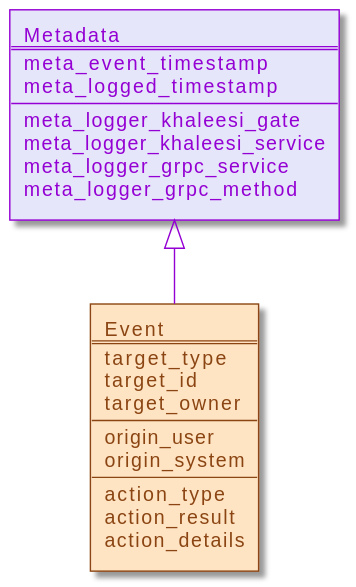
This is documentation/images/logical-structure/core-sawmill.svg from LanDinh/khaleesi-ninja, a PlantUML export, as it was before one commit.
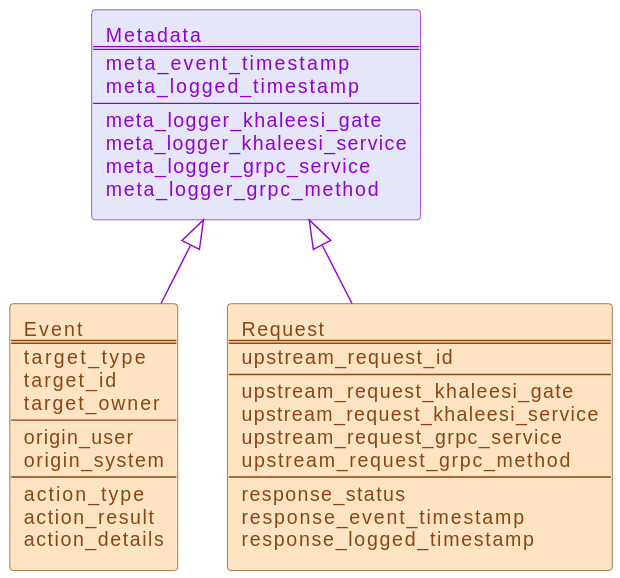
After the commit.

What changed in the source:
```diff
@@ -23,6 +23,7 @@
   meta_logger_grpc_service
   meta_logger_grpc_method
 ]
+
 rectangle event [
   Event
   ====
@@ -37,6 +38,21 @@
   action_result
   action_details
 ]
+rectangle request [
+  Request
+  ====
+  upstream_request_id
+  ----
+  upstream_request_khaleesi_gate
+  upstream_request_khaleesi_service
+  upstream_request_grpc_service
+  upstream_request_grpc_method
+  ----
+  response_status
+  response_event_timestamp
+  response_logged_timestamp
+]
 
 metadata ^-- event #darkviolet;text:darkviolet
+metadata ^-- request #darkviolet;text:darkviolet
 @enduml
```
